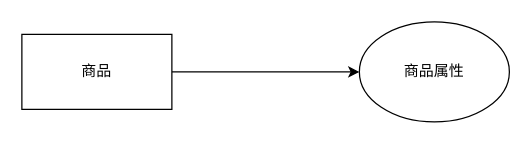
This is 未命名绘图.drawio from binsir54321/test, a draw.io file, before an edit. Source tidied: cells renumbered, new cells numbered last; positions are measured from the earlier drawing's top-left corner, leaving out a move shared by most shapes. Both pictures are drawn from the tidied source at 125%, with x=0, y=0 at pixel (21, 21).
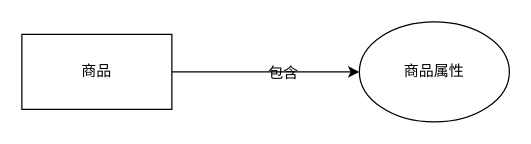
The same page after the edit.

Commit message:
更新未命名绘图.drawio

Diff of the diagram source:
```diff
@@
 <mxGraphModel>
   <root>
     <mxCell id="0" />
     <mxCell id="1" parent="0" />
     <mxCell id="2" style="edgeStyle=orthogonalEdgeStyle;rounded=0;jettySize=auto;html=1;exitX=1;exitY=0.5;exitDx=0;exitDy=0;" parent="1" edge="1" source="3" target="4">
       <mxGeometry relative="1" as="geometry" />
     </mxCell>
+    <mxCell id="5" value="包含" style="text;html=1;align=center;verticalAlign=middle;" parent="2" vertex="1">
+      <mxGeometry x="0.17" relative="1" as="geometry" />
+    </mxCell>
     <mxCell id="3" value="商品" style="rounded=0;whiteSpace=wrap;html=1;" parent="1" vertex="1">
       <mxGeometry y="10" width="120" height="60" as="geometry" />
     </mxCell>
     <mxCell id="4" value="商品属性" style="ellipse;whiteSpace=wrap;html=1;" parent="1" vertex="1">
       <mxGeometry x="270" width="120" height="80" as="geometry" />
     </mxCell>
   </root>
 </mxGraphModel>
```
